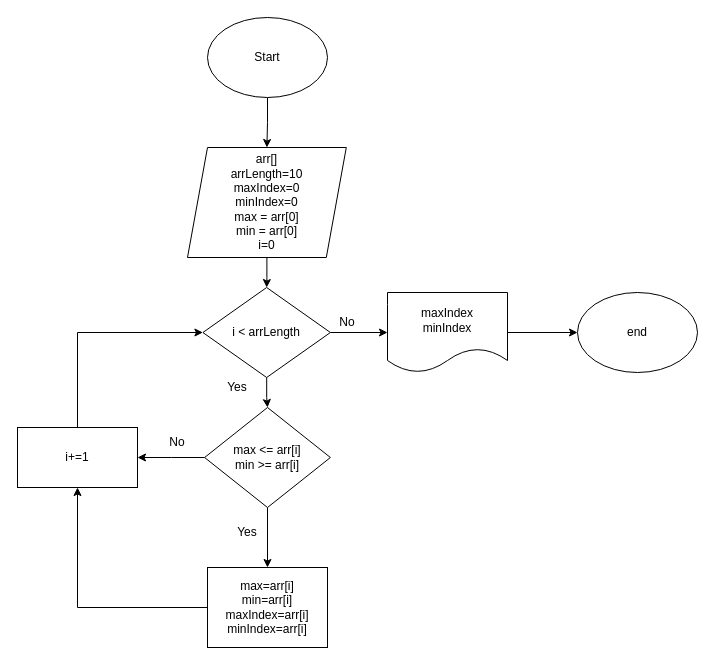
Earlier version of the draw.io diagram page "index of max and min value" (1 of 3) of sum between max and min.drawio (Dioneer/Flowcharts). Source tidied: cells renumbered, new cells numbered last; positions are measured from the earlier drawing's top-left corner, leaving out a move shared by most shapes. Both pictures are drawn from the tidied source at 100%, with x=0, y=0 at pixel (17, 17).
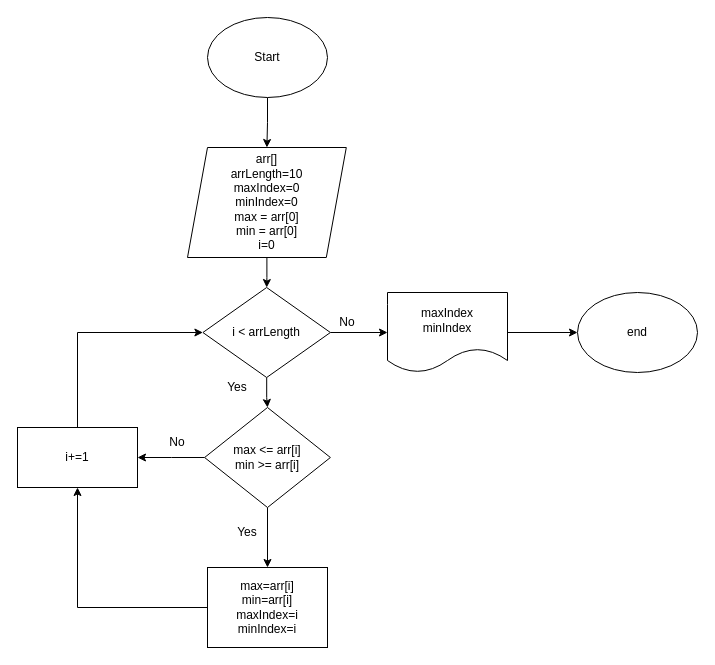
The same page after the edit.

Change to the diagram source:
```diff
@@
-    <mxCell id="18" value="&lt;div&gt;max=arr[i]&lt;/div&gt;min=arr[i]&lt;div&gt;maxIndex=arr[i]&lt;/div&gt;&lt;div&gt;minIndex=arr[i]&lt;/div&gt;" style="rounded=0;whiteSpace=wrap;html=1;" parent="1" vertex="1">
+    <mxCell id="18" value="&lt;div&gt;max=arr[i]&lt;/div&gt;min=arr[i]&lt;div&gt;maxIndex=i&lt;/div&gt;&lt;div&gt;minIndex=i&lt;/div&gt;" style="rounded=0;whiteSpace=wrap;html=1;" parent="1" vertex="1">
       <mxGeometry x="190" y="550" width="120" height="80" as="geometry" />
     </mxCell>
```
